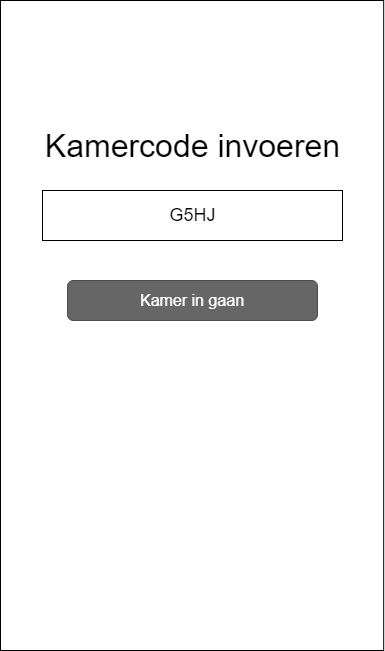
Above: Software Guidebook/wireframes/wireframes-Team (roomcode).png in Patrickroelofs/HANICA-DWA-Quizzer (draw.io), before the change. Source tidied: cells renumbered, new cells last; positions are measured from the earlier drawing's top-left corner, leaving out a move shared by most shapes.
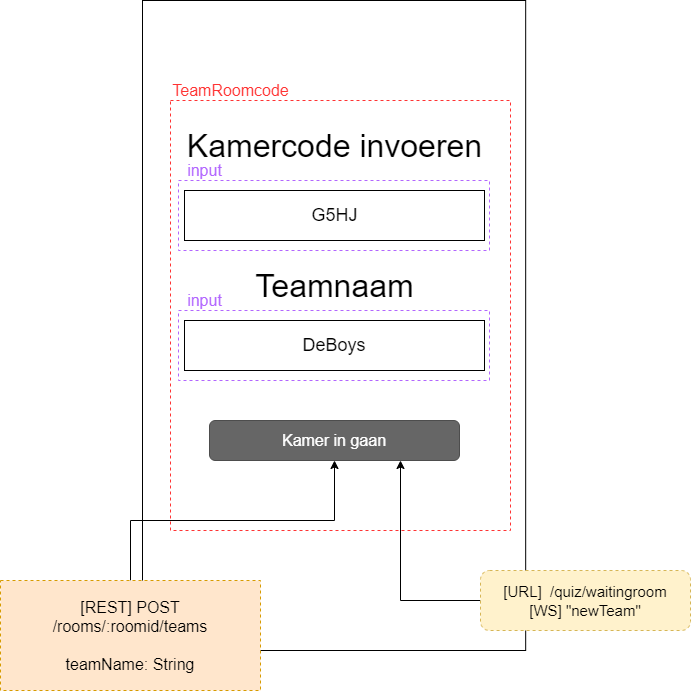
Later version of the same file.

What changed in the source:
```diff
@@ -5,6 +5,9 @@
     <mxCell id="2" style="rounded=0;whiteSpace=wrap;html=1;strokeColor=#000000;fillColor=#ffffff;fontSize=18;" parent="1" vertex="1">
       <mxGeometry width="383.2" height="650" as="geometry" />
     </mxCell>
+    <mxCell id="7" style="rounded=0;whiteSpace=wrap;html=1;dashed=1;labelBackgroundColor=none;strokeColor=#FF3333;fillColor=none;fontSize=16;fontColor=#FF3333;align=center;" parent="1" vertex="1">
+      <mxGeometry x="28" y="100" width="340" height="430" as="geometry" />
+    </mxCell>
     <mxCell id="3" style="rounded=0;whiteSpace=wrap;html=1;strokeColor=#000000;fillColor=#ffffff;fontSize=18;" parent="1" vertex="1">
       <mxGeometry x="42" y="190" width="300" height="50" as="geometry" />
     </mxCell>
@@ -12,10 +15,45 @@
       <mxGeometry x="37" y="130" width="310" height="30" as="geometry" />
     </mxCell>
     <mxCell id="5" value="&lt;font style=&quot;font-size: 16px&quot;&gt;Kamer in gaan&lt;/font&gt;" style="rounded=1;html=1;shadow=0;dashed=0;whiteSpace=wrap;fontSize=10;fillColor=#666666;align=center;strokeColor=#4D4D4D;fontColor=#ffffff;" parent="1" vertex="1">
-      <mxGeometry x="67" y="280" width="250" height="40" as="geometry" />
+      <mxGeometry x="67" y="420" width="250" height="40" as="geometry" />
     </mxCell>
     <mxCell id="6" value="G5HJ" style="text;html=1;align=center;verticalAlign=middle;fillColor=none;strokeColor=none;rounded=0;fontSize=18;" parent="1" vertex="1">
       <mxGeometry x="162" y="200" width="60" height="30" as="geometry" />
     </mxCell>
+    <mxCell id="8" value="TeamRoomcode" style="text;html=1;align=center;verticalAlign=middle;fillColor=none;strokeColor=none;rounded=0;dashed=1;labelBackgroundColor=none;fontSize=16;fontColor=#FF3333;" parent="1" vertex="1">
+      <mxGeometry x="23" y="80" width="130" height="20" as="geometry" />
+    </mxCell>
+    <mxCell id="9" style="rounded=0;whiteSpace=wrap;html=1;dashed=1;labelBackgroundColor=none;fillColor=none;fontSize=16;fontColor=#FF3333;align=center;strokeColor=#B266FF;" parent="1" vertex="1">
+      <mxGeometry x="36" y="180" width="311" height="70" as="geometry" />
+    </mxCell>
+    <mxCell id="10" value="&lt;font style=&quot;font-size: 32px&quot;&gt;Teamnaam&lt;/font&gt;" style="text;html=1;align=center;verticalAlign=middle;fillColor=none;strokeColor=none;rounded=0;fontSize=18;" parent="1" vertex="1">
+      <mxGeometry x="107" y="270" width="170" height="30" as="geometry" />
+    </mxCell>
+    <mxCell id="11" value="DeBoys" style="rounded=0;whiteSpace=wrap;html=1;strokeColor=#000000;fillColor=#ffffff;fontSize=18;" parent="1" vertex="1">
+      <mxGeometry x="42" y="320" width="300" height="50" as="geometry" />
+    </mxCell>
+    <mxCell id="12" style="rounded=0;whiteSpace=wrap;html=1;dashed=1;labelBackgroundColor=none;fillColor=none;fontSize=16;fontColor=#FF3333;align=center;strokeColor=#B266FF;" parent="1" vertex="1">
+      <mxGeometry x="36" y="310" width="311" height="70" as="geometry" />
+    </mxCell>
+    <mxCell id="13" value="&lt;font color=&quot;#b266ff&quot;&gt;input&lt;/font&gt;" style="text;html=1;align=center;verticalAlign=middle;fillColor=none;strokeColor=none;rounded=0;dashed=1;labelBackgroundColor=none;fontSize=16;fontColor=#FF3333;" parent="1" vertex="1">
+      <mxGeometry x="37" y="160" width="50" height="20" as="geometry" />
+    </mxCell>
+    <mxCell id="14" value="&lt;font color=&quot;#b266ff&quot;&gt;input&lt;/font&gt;" style="text;html=1;align=center;verticalAlign=middle;fillColor=none;strokeColor=none;rounded=0;dashed=1;labelBackgroundColor=none;fontSize=16;fontColor=#FF3333;" parent="1" vertex="1">
+      <mxGeometry x="37" y="290" width="50" height="20" as="geometry" />
+    </mxCell>
+    <mxCell id="15" style="edgeStyle=orthogonalEdgeStyle;rounded=0;jettySize=auto;html=1;entryX=0.5;entryY=1;entryDx=0;entryDy=0;fontSize=16;fontColor=#FF3333;" parent="1" edge="1" source="16" target="5">
+      <mxGeometry relative="1" as="geometry" />
+    </mxCell>
+    <mxCell id="16" value="[REST] POST&lt;br&gt;/rooms/:roomid/teams&lt;br&gt;&lt;br&gt;teamName: String" style="rounded=0;whiteSpace=wrap;html=1;dashed=1;labelBackgroundColor=none;strokeColor=#d79b00;fillColor=#ffe6cc;fontSize=16;align=center;" parent="1" vertex="1">
+      <mxGeometry x="-142" y="580" width="260" height="110" as="geometry" />
+    </mxCell>
+    <mxCell id="17" style="edgeStyle=orthogonalEdgeStyle;rounded=0;jettySize=auto;html=1;fontSize=16;fontColor=#FF3333;" parent="1" edge="1" source="18">
+      <mxGeometry relative="1" as="geometry">
+        <mxPoint x="258" y="460" as="targetPoint" />
+      </mxGeometry>
+    </mxCell>
+    <mxCell id="18" value="&lt;span style=&quot;font-size: 15px&quot;&gt;[URL]&amp;nbsp; /quiz/waitingroom&lt;br&gt;[WS] &quot;newTeam&quot;&lt;br&gt;&lt;/span&gt;" style="rounded=1;whiteSpace=wrap;html=1;dashed=1;labelBackgroundColor=none;strokeColor=#d6b656;fillColor=#fff2cc;fontSize=16;align=center;" parent="1" vertex="1">
+      <mxGeometry x="338" y="570" width="210" height="60" as="geometry" />
+    </mxCell>
   </root>
 </mxGraphModel>
```
